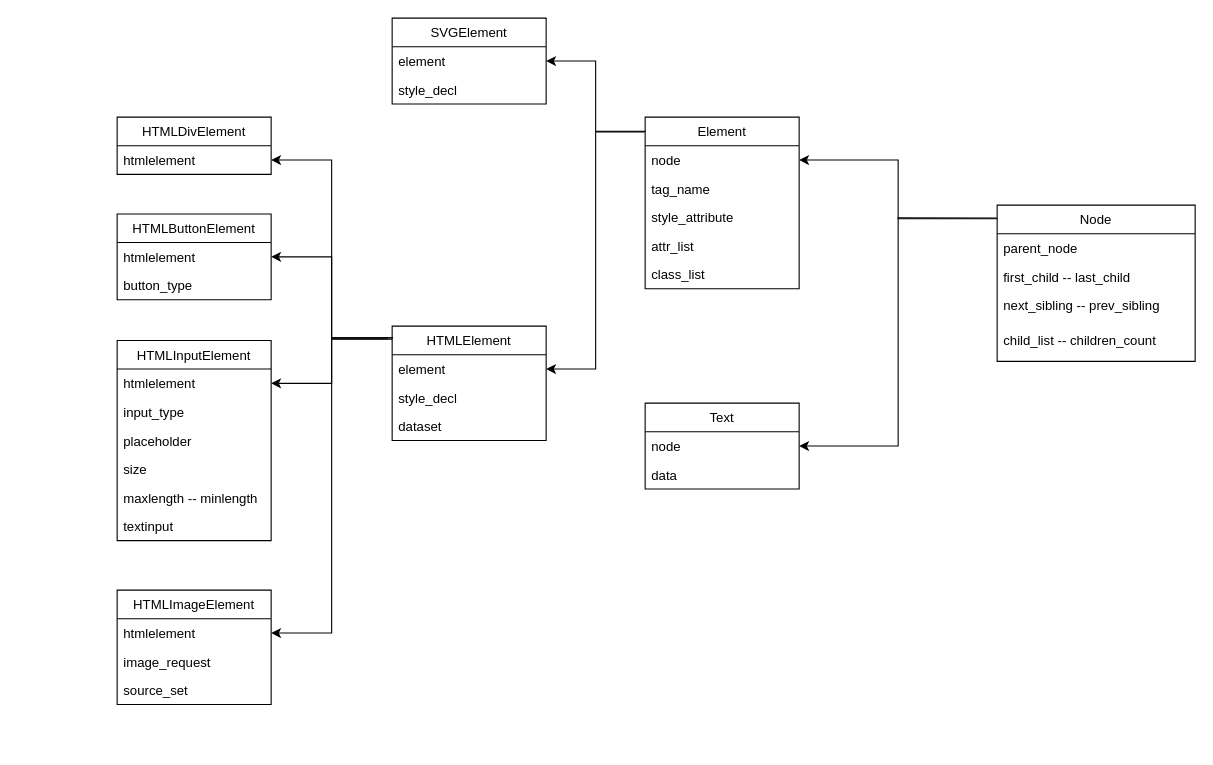
Earlier version of the draw.io diagram components/dom/servo.drawio (MQuy/mbrowser). Source tidied: cells renumbered, new cells numbered last; positions are measured from the earlier drawing's top-left corner, leaving out a move shared by most shapes. Both pictures are drawn from the tidied source at 110%, with x=0, y=0 at pixel (117, 18).
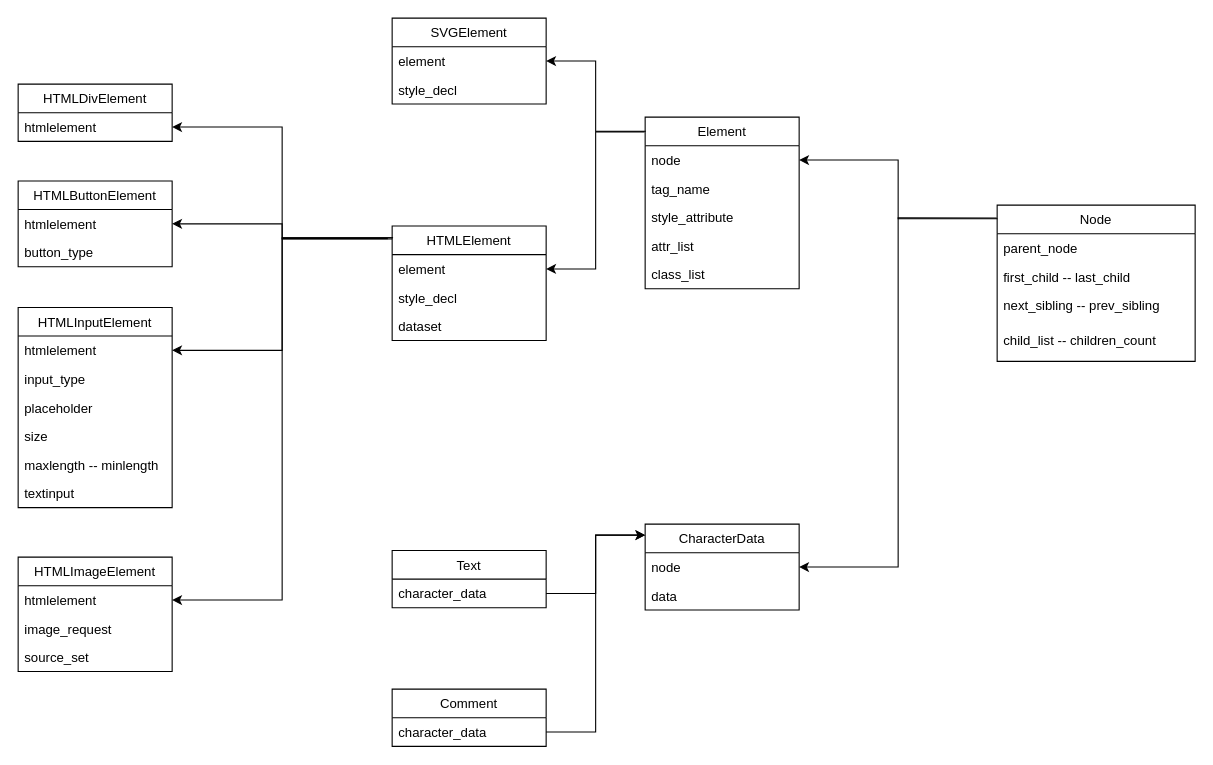
Above is the later version.

The edit, as a diff of the source:
```diff
@@
     <mxCell id="14" value="HTMLElement" style="swimlane;fontStyle=0;horizontal=1;startSize=26;" parent="1" vertex="1">
-      <mxGeometry x="250" y="280" width="140" height="104" as="geometry" />
+      <mxGeometry x="250" y="189" width="140" height="104" as="geometry" />
     </mxCell>
@@
     <mxCell id="23" value="HTMLDivElement" style="swimlane;fontStyle=0;horizontal=1;startSize=26;" parent="1" vertex="1">
-      <mxGeometry y="90" width="140" height="52" as="geometry" />
+      <mxGeometry x="-90" y="60" width="140" height="52" as="geometry" />
     </mxCell>
@@
     <mxCell id="26" value="HTMLButtonElement" style="swimlane;fontStyle=0;horizontal=1;startSize=26;" parent="1" vertex="1">
-      <mxGeometry y="178" width="140" height="78" as="geometry" />
+      <mxGeometry x="-90" y="148" width="140" height="78" as="geometry" />
     </mxCell>
@@
     <mxCell id="30" value="HTMLInputElement" style="swimlane;fontStyle=0;horizontal=1;startSize=26;" parent="1" vertex="1">
-      <mxGeometry y="293" width="140" height="182" as="geometry" />
+      <mxGeometry x="-90" y="263" width="140" height="182" as="geometry" />
     </mxCell>
@@
     <mxCell id="38" value="HTMLImageElement" style="swimlane;fontStyle=0;horizontal=1;startSize=26;" parent="1" vertex="1">
-      <mxGeometry y="520" width="140" height="104" as="geometry" />
+      <mxGeometry x="-90" y="490" width="140" height="104" as="geometry" />
     </mxCell>
@@
-    <mxCell id="43" value="Text" style="swimlane;fontStyle=0;horizontal=1;startSize=26;" parent="1" vertex="1">
-      <mxGeometry x="480" y="350" width="140" height="78" as="geometry" />
+    <mxCell id="43" value="CharacterData" style="swimlane;fontStyle=0;horizontal=1;startSize=26;" parent="1" vertex="1">
+      <mxGeometry x="480" y="460" width="140" height="78" as="geometry" />
     </mxCell>
@@
+    <mxCell id="47" value="Text" style="swimlane;fontStyle=0;horizontal=1;startSize=26;" parent="1" vertex="1">
+      <mxGeometry x="250" y="484" width="140" height="52" as="geometry" />
+    </mxCell>
+    <mxCell id="48" value="character_data" style="text;strokeColor=none;fillColor=none;align=left;verticalAlign=top;spacingLeft=4;spacingRight=4;overflow=hidden;points=[[0,0.5],[1,0.5]];portConstraint=eastwest;" parent="47" vertex="1">
+      <mxGeometry y="26" width="140" height="26" as="geometry" />
+    </mxCell>
+    <mxCell id="49" style="edgeStyle=orthogonalEdgeStyle;rounded=0;jettySize=auto;html=1;exitX=1;exitY=0.5;exitDx=0;exitDy=0;entryX=0.002;entryY=0.128;entryDx=0;entryDy=0;entryPerimeter=0;" parent="1" edge="1" source="48" target="43">
+      <mxGeometry relative="1" as="geometry" />
+    </mxCell>
+    <mxCell id="50" value="Comment" style="swimlane;fontStyle=0;horizontal=1;startSize=26;" parent="1" vertex="1">
+      <mxGeometry x="250" y="610" width="140" height="52" as="geometry" />
+    </mxCell>
+    <mxCell id="51" value="character_data" style="text;strokeColor=none;fillColor=none;align=left;verticalAlign=top;spacingLeft=4;spacingRight=4;overflow=hidden;points=[[0,0.5],[1,0.5]];portConstraint=eastwest;" parent="50" vertex="1">
+      <mxGeometry y="26" width="140" height="26" as="geometry" />
+    </mxCell>
+    <mxCell id="52" style="edgeStyle=orthogonalEdgeStyle;rounded=0;jettySize=auto;html=1;exitX=1;exitY=0.5;exitDx=0;exitDy=0;entryX=0;entryY=0.128;entryDx=0;entryDy=0;entryPerimeter=0;" parent="1" edge="1" source="51" target="43">
+      <mxGeometry relative="1" as="geometry" />
+    </mxCell>
```
